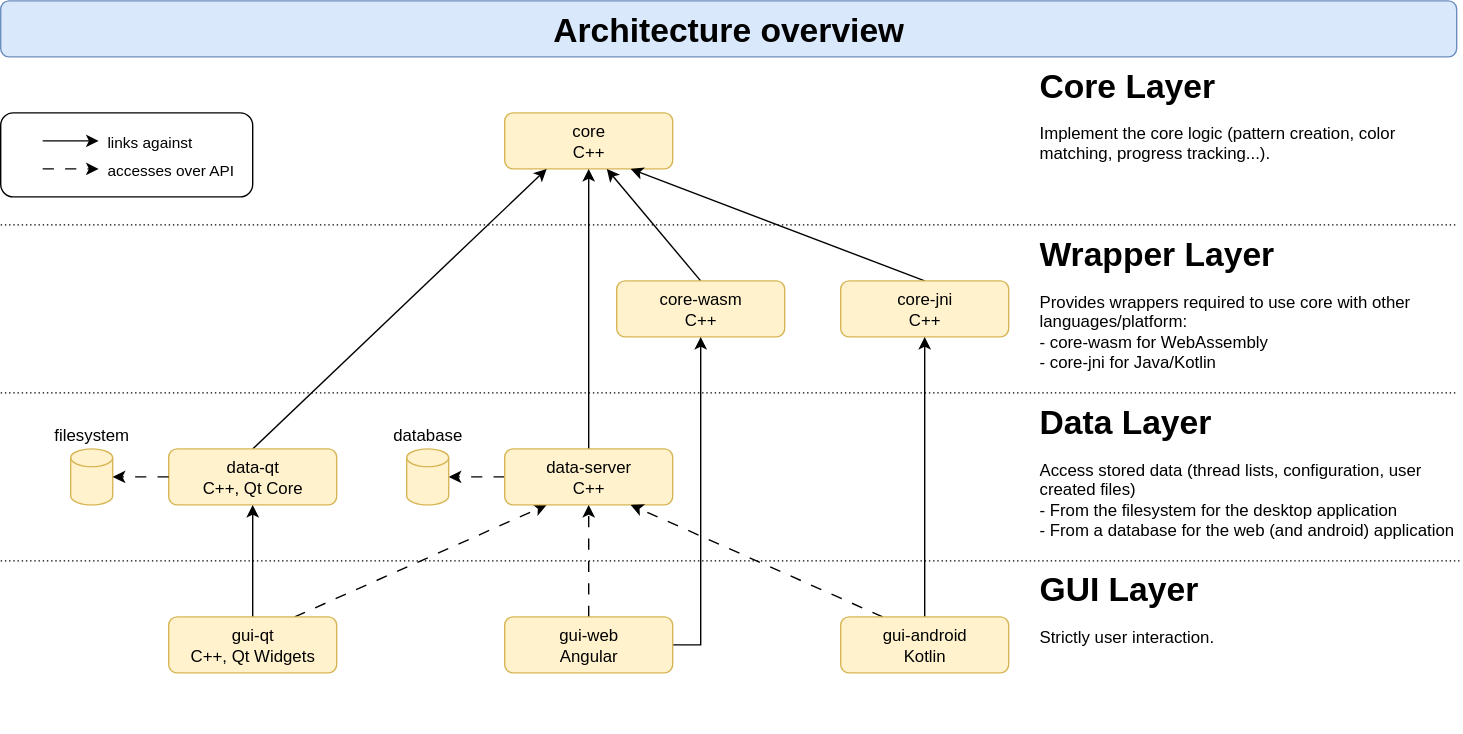
The draw.io diagram doc/architecture-overview.svg in polletfa/Kreuzstich, before a commit. Source tidied: cells renumbered, new cells last; positions are measured from the earlier drawing's top-left corner, leaving out a move shared by most shapes.
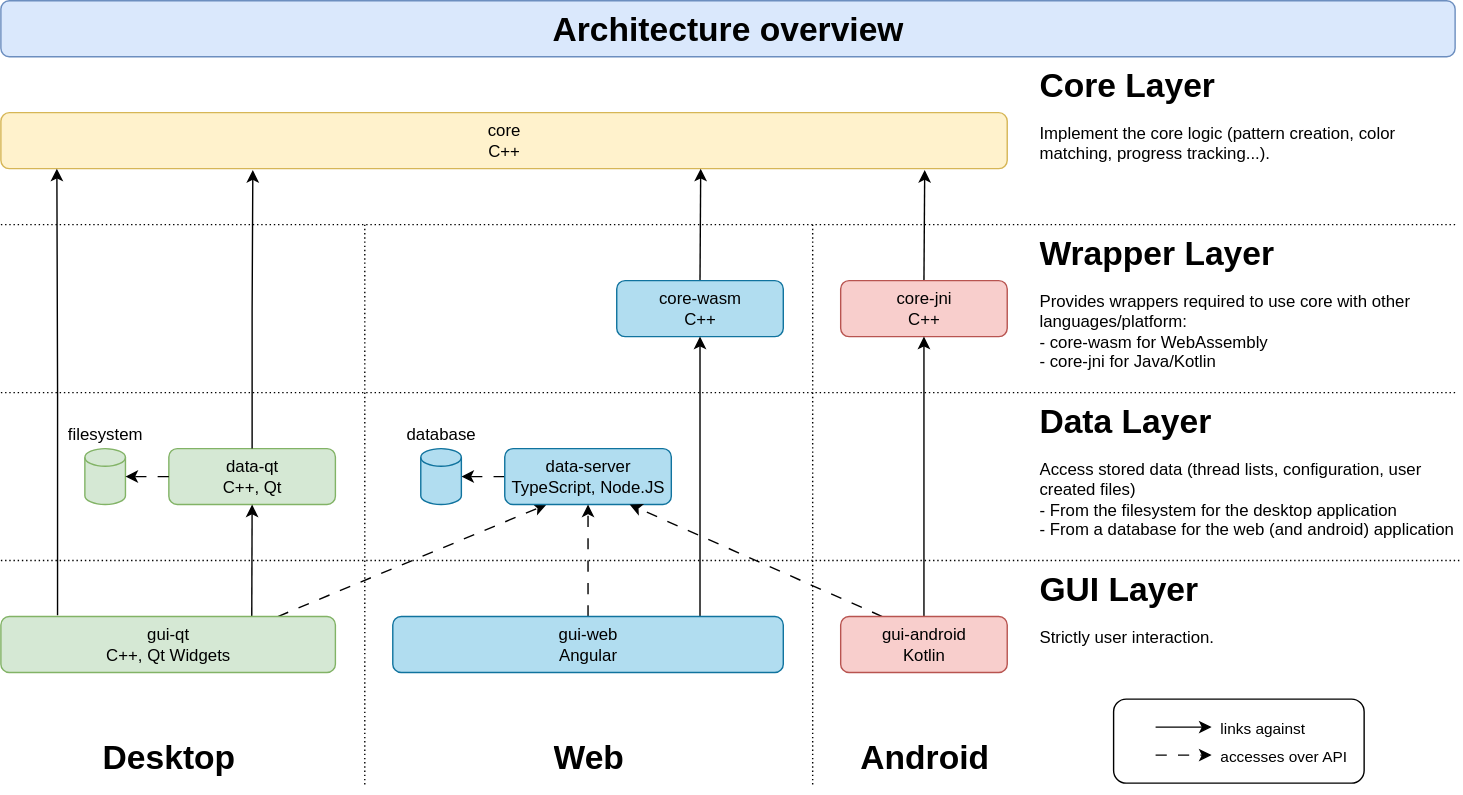
The same file after the commit.

The edit, as a diff of the source:
```diff
@@ -3,40 +3,36 @@
     <mxCell id="0" />
     <mxCell id="1" parent="0" />
     <mxCell id="2" style="rounded=1;whiteSpace=wrap;html=1;fillColor=default;" parent="1" vertex="1">
-      <mxGeometry y="80" width="180" height="60" as="geometry" />
+      <mxGeometry x="795" y="499" width="179" height="60" as="geometry" />
     </mxCell>
-    <mxCell id="3" value="core&lt;div&gt;C++&lt;/div&gt;" style="rounded=1;whiteSpace=wrap;html=1;fillColor=#fff2cc;strokeColor=#d6b656;" parent="1" vertex="1">
-      <mxGeometry x="360" y="80" width="120" height="40" as="geometry" />
+    <mxCell id="3" value="core&lt;div&gt;C++&lt;/div&gt;" style="rounded=1;whiteSpace=wrap;html=1;fillColor=#fff2cc;strokeColor=#d6b656;points=[[0,0,0,0,0],[0,0.25,0,0,0],[0,0.5,0,0,0],[0,0.75,0,0,0],[0,1,0,0,0],[0.25,0,0,0,0],[0.25,1,0,0,0],[0.5,0,0,0,0],[0.5,1,0,0,0],[0.75,0,0,0,0],[0.75,1,0,0,0],[1,0,0,0,0],[1,0.25,0,0,0],[1,0.5,0,0,0],[1,0.75,0,0,0],[1,1,0,0,0]];" parent="1" vertex="1">
+      <mxGeometry y="80" width="719" height="40" as="geometry" />
     </mxCell>
-    <mxCell id="4" style="edgeStyle=none;rounded=0;jettySize=auto;html=1;exitX=0.5;exitY=0;exitDx=0;exitDy=0;entryX=0.25;entryY=1;entryDx=0;entryDy=0;" parent="1" edge="1" source="5" target="3">
-      <mxGeometry relative="1" as="geometry" />
-    </mxCell>
-    <mxCell id="5" value="data-qt&lt;div&gt;C++, Qt Core&lt;/div&gt;" style="rounded=1;whiteSpace=wrap;html=1;fillColor=#fff2cc;strokeColor=#d6b656;" parent="1" vertex="1">
-      <mxGeometry x="120" y="320" width="120" height="40" as="geometry" />
+    <mxCell id="5" value="data-qt&lt;div&gt;C++, Qt&lt;/div&gt;" style="rounded=1;whiteSpace=wrap;html=1;fillColor=#d5e8d4;strokeColor=#82b366;" parent="1" vertex="1">
+      <mxGeometry x="120" y="320" width="119" height="40" as="geometry" />
     </mxCell>
-    <mxCell id="6" style="edgeStyle=none;rounded=0;jettySize=auto;html=1;exitX=0.5;exitY=0;exitDx=0;exitDy=0;entryX=0.5;entryY=1;entryDx=0;entryDy=0;" parent="1" edge="1" source="8" target="5">
+    <mxCell id="6" style="edgeStyle=none;rounded=0;jettySize=auto;html=1;entryX=0.5;entryY=1;entryDx=0;entryDy=0;exitX=0.75;exitY=0;exitDx=0;exitDy=0;" parent="1" edge="1" source="8" target="5">
       <mxGeometry relative="1" as="geometry" />
     </mxCell>
-    <mxCell id="7" style="edgeStyle=none;rounded=0;jettySize=auto;html=1;exitX=0.75;exitY=0;exitDx=0;exitDy=0;entryX=0.25;entryY=1;entryDx=0;entryDy=0;dashed=1;dashPattern=8 8;" parent="1" edge="1" source="8" target="13">
+    <mxCell id="7" style="edgeStyle=none;rounded=0;jettySize=auto;html=1;exitX=0.828;exitY=0;exitDx=0;exitDy=0;entryX=0.25;entryY=1;entryDx=0;entryDy=0;dashed=1;dashPattern=8 8;exitPerimeter=0;" parent="1" edge="1" source="8" target="13">
       <mxGeometry relative="1" as="geometry" />
     </mxCell>
-    <mxCell id="8" value="gui-qt&lt;div&gt;C++, Qt Widgets&lt;/div&gt;" style="rounded=1;whiteSpace=wrap;html=1;fillColor=#fff2cc;strokeColor=#d6b656;" parent="1" vertex="1">
-      <mxGeometry x="120" y="440" width="120" height="40" as="geometry" />
+    <mxCell id="8" value="gui-qt&lt;div&gt;C++, Qt Widgets&lt;/div&gt;" style="rounded=1;whiteSpace=wrap;html=1;fillColor=#d5e8d4;strokeColor=#82b366;" parent="1" vertex="1">
+      <mxGeometry y="440" width="239" height="40" as="geometry" />
     </mxCell>
-    <mxCell id="9" style="rounded=0;jettySize=auto;html=1;exitX=0.5;exitY=0;exitDx=0;exitDy=0;entryX=0.608;entryY=1;entryDx=0;entryDy=0;entryPerimeter=0;" parent="1" edge="1" source="10" target="3">
-      <mxGeometry relative="1" as="geometry" />
+    <mxCell id="9" style="rounded=0;jettySize=auto;html=1;exitX=0.5;exitY=0;exitDx=0;exitDy=0;" parent="1" edge="1" source="10">
+      <mxGeometry relative="1" as="geometry">
+        <mxPoint x="500" y="120" as="targetPoint" />
+      </mxGeometry>
     </mxCell>
-    <mxCell id="10" value="core-wasm&lt;div&gt;C++&lt;/div&gt;" style="rounded=1;whiteSpace=wrap;html=1;fillColor=#fff2cc;strokeColor=#d6b656;" parent="1" vertex="1">
-      <mxGeometry x="440" y="200" width="120" height="40" as="geometry" />
+    <mxCell id="10" value="core-wasm&lt;div&gt;C++&lt;/div&gt;" style="rounded=1;whiteSpace=wrap;html=1;fillColor=#b1ddf0;strokeColor=#10739e;" parent="1" vertex="1">
+      <mxGeometry x="440" y="200" width="119" height="40" as="geometry" />
     </mxCell>
-    <mxCell id="11" style="edgeStyle=none;rounded=0;jettySize=auto;html=1;exitX=0.5;exitY=0;exitDx=0;exitDy=0;entryX=0.5;entryY=1;entryDx=0;entryDy=0;" parent="1" edge="1" source="13" target="3">
-      <mxGeometry x="0.3" relative="1" as="geometry" />
-    </mxCell>
     <mxCell id="12" style="edgeStyle=none;rounded=0;jettySize=auto;html=1;exitX=0;exitY=0.5;exitDx=0;exitDy=0;dashed=1;dashPattern=8 8;" parent="1" edge="1" source="13" target="23">
       <mxGeometry x="0.2" y="10" relative="1" as="geometry" />
     </mxCell>
-    <mxCell id="13" value="data-server&lt;div&gt;C++&lt;/div&gt;" style="rounded=1;whiteSpace=wrap;html=1;fillColor=#fff2cc;strokeColor=#d6b656;" parent="1" vertex="1">
-      <mxGeometry x="360" y="320" width="120" height="40" as="geometry" />
+    <mxCell id="13" value="data-server&lt;div&gt;TypeScript, Node.JS&lt;/div&gt;" style="rounded=1;whiteSpace=wrap;html=1;fillColor=#b1ddf0;strokeColor=#10739e;" parent="1" vertex="1">
+      <mxGeometry x="360" y="320" width="119" height="40" as="geometry" />
     </mxCell>
     <mxCell id="14" style="edgeStyle=orthogonalEdgeStyle;rounded=0;jettySize=auto;html=1;exitX=1;exitY=0.5;exitDx=0;exitDy=0;entryX=0.5;entryY=1;entryDx=0;entryDy=0;" parent="1" edge="1" source="16" target="10">
       <mxGeometry x="0.58" relative="1" as="geometry">
@@ -48,14 +44,14 @@
     <mxCell id="15" style="edgeStyle=none;rounded=0;jettySize=auto;html=1;exitX=0.5;exitY=0;exitDx=0;exitDy=0;entryX=0.5;entryY=1;entryDx=0;entryDy=0;dashed=1;dashPattern=8 8;" parent="1" edge="1" source="16" target="13">
       <mxGeometry relative="1" as="geometry" />
     </mxCell>
-    <mxCell id="16" value="gui-web&lt;div&gt;Angular&lt;/div&gt;" style="rounded=1;whiteSpace=wrap;html=1;fillColor=#fff2cc;strokeColor=#d6b656;" parent="1" vertex="1">
-      <mxGeometry x="360" y="440" width="120" height="40" as="geometry" />
+    <mxCell id="16" value="&lt;div&gt;gui-web&lt;div&gt;Angular&lt;/div&gt;&lt;/div&gt;" style="rounded=1;whiteSpace=wrap;html=1;fillColor=#b1ddf0;strokeColor=#10739e;" parent="1" vertex="1">
+      <mxGeometry x="280" y="440" width="279" height="40" as="geometry" />
     </mxCell>
-    <mxCell id="17" style="edgeStyle=none;rounded=0;jettySize=auto;html=1;exitX=0.5;exitY=0;exitDx=0;exitDy=0;entryX=0.75;entryY=1;entryDx=0;entryDy=0;" parent="1" edge="1" source="18" target="3">
+    <mxCell id="17" style="edgeStyle=none;rounded=0;jettySize=auto;html=1;exitX=0.5;exitY=0;exitDx=0;exitDy=0;entryX=0.918;entryY=1.025;entryDx=0;entryDy=0;entryPerimeter=0;" parent="1" edge="1" source="18" target="3">
       <mxGeometry relative="1" as="geometry" />
     </mxCell>
-    <mxCell id="18" value="core-jni&lt;div&gt;C++&lt;/div&gt;" style="rounded=1;whiteSpace=wrap;html=1;fillColor=#fff2cc;strokeColor=#d6b656;" parent="1" vertex="1">
-      <mxGeometry x="600" y="200" width="120" height="40" as="geometry" />
+    <mxCell id="18" value="core-jni&lt;div&gt;C++&lt;/div&gt;" style="rounded=1;whiteSpace=wrap;html=1;fillColor=#f8cecc;strokeColor=#b85450;" parent="1" vertex="1">
+      <mxGeometry x="600" y="200" width="119" height="40" as="geometry" />
     </mxCell>
     <mxCell id="19" style="edgeStyle=none;rounded=0;jettySize=auto;html=1;exitX=0.5;exitY=0;exitDx=0;exitDy=0;entryX=0.5;entryY=1;entryDx=0;entryDy=0;" parent="1" edge="1" source="21" target="18">
       <mxGeometry relative="1" as="geometry" />
@@ -63,22 +59,22 @@
     <mxCell id="20" style="edgeStyle=none;rounded=0;jettySize=auto;html=1;exitX=0.25;exitY=0;exitDx=0;exitDy=0;entryX=0.75;entryY=1;entryDx=0;entryDy=0;dashed=1;dashPattern=8 8;" parent="1" edge="1" source="21" target="13">
       <mxGeometry relative="1" as="geometry" />
     </mxCell>
-    <mxCell id="21" value="gui-android&lt;div&gt;Kotlin&lt;/div&gt;" style="rounded=1;whiteSpace=wrap;html=1;fillColor=#fff2cc;strokeColor=#d6b656;" parent="1" vertex="1">
-      <mxGeometry x="600" y="440" width="120" height="40" as="geometry" />
+    <mxCell id="21" value="&lt;div&gt;gui-android&lt;div&gt;Kotlin&lt;/div&gt;&lt;/div&gt;" style="rounded=1;whiteSpace=wrap;html=1;fillColor=#f8cecc;strokeColor=#b85450;" parent="1" vertex="1">
+      <mxGeometry x="600" y="440" width="119" height="40" as="geometry" />
     </mxCell>
-    <mxCell id="22" value="&lt;div&gt;&lt;span style=&quot;background-color: transparent; color: light-dark(rgb(0, 0, 0), rgb(255, 255, 255));&quot;&gt;filesystem&lt;/span&gt;&lt;/div&gt;&lt;div&gt;&lt;span style=&quot;background-color: transparent; color: light-dark(rgb(0, 0, 0), rgb(255, 255, 255));&quot;&gt;&lt;br&gt;&lt;/span&gt;&lt;/div&gt;&lt;div&gt;&lt;span style=&quot;background-color: transparent; color: light-dark(rgb(0, 0, 0), rgb(255, 255, 255));&quot;&gt;&lt;br&gt;&lt;/span&gt;&lt;/div&gt;&lt;div&gt;&lt;span style=&quot;background-color: transparent; color: light-dark(rgb(0, 0, 0), rgb(255, 255, 255));&quot;&gt;&lt;br&gt;&lt;/span&gt;&lt;/div&gt;&lt;div&gt;&lt;span style=&quot;background-color: transparent; color: light-dark(rgb(0, 0, 0), rgb(255, 255, 255));&quot;&gt;&lt;br&gt;&lt;/span&gt;&lt;/div&gt;&lt;div&gt;&lt;span style=&quot;background-color: transparent; color: light-dark(rgb(0, 0, 0), rgb(255, 255, 255));&quot;&gt;&lt;br&gt;&lt;/span&gt;&lt;/div&gt;" style="shape=cylinder3;whiteSpace=wrap;html=1;boundedLbl=1;backgroundOutline=1;size=6.333333333333343;fillColor=#fff2cc;strokeColor=#d6b656;" parent="1" vertex="1">
-      <mxGeometry x="50" y="320" width="30" height="40" as="geometry" />
+    <mxCell id="22" value="&lt;div&gt;&lt;span style=&quot;background-color: transparent; color: light-dark(rgb(0, 0, 0), rgb(255, 255, 255));&quot;&gt;filesystem&lt;/span&gt;&lt;/div&gt;&lt;div&gt;&lt;span style=&quot;background-color: transparent; color: light-dark(rgb(0, 0, 0), rgb(255, 255, 255));&quot;&gt;&lt;br&gt;&lt;/span&gt;&lt;/div&gt;&lt;div&gt;&lt;span style=&quot;background-color: transparent; color: light-dark(rgb(0, 0, 0), rgb(255, 255, 255));&quot;&gt;&lt;br&gt;&lt;/span&gt;&lt;/div&gt;&lt;div&gt;&lt;span style=&quot;background-color: transparent; color: light-dark(rgb(0, 0, 0), rgb(255, 255, 255));&quot;&gt;&lt;br&gt;&lt;/span&gt;&lt;/div&gt;&lt;div&gt;&lt;span style=&quot;background-color: transparent; color: light-dark(rgb(0, 0, 0), rgb(255, 255, 255));&quot;&gt;&lt;br&gt;&lt;/span&gt;&lt;/div&gt;&lt;div&gt;&lt;span style=&quot;background-color: transparent; color: light-dark(rgb(0, 0, 0), rgb(255, 255, 255));&quot;&gt;&lt;br&gt;&lt;/span&gt;&lt;/div&gt;" style="shape=cylinder3;whiteSpace=wrap;html=1;boundedLbl=1;backgroundOutline=1;size=6.333333333333343;fillColor=#d5e8d4;strokeColor=#82b366;" parent="1" vertex="1">
+      <mxGeometry x="60" y="320" width="29" height="40" as="geometry" />
     </mxCell>
-    <mxCell id="23" value="&lt;div&gt;&lt;span style=&quot;background-color: transparent; color: light-dark(rgb(0, 0, 0), rgb(255, 255, 255));&quot;&gt;database&lt;/span&gt;&lt;/div&gt;&lt;div&gt;&lt;span style=&quot;background-color: transparent; color: light-dark(rgb(0, 0, 0), rgb(255, 255, 255));&quot;&gt;&lt;br&gt;&lt;/span&gt;&lt;/div&gt;&lt;div&gt;&lt;span style=&quot;background-color: transparent; color: light-dark(rgb(0, 0, 0), rgb(255, 255, 255));&quot;&gt;&lt;br&gt;&lt;/span&gt;&lt;/div&gt;&lt;div&gt;&lt;span style=&quot;background-color: transparent; color: light-dark(rgb(0, 0, 0), rgb(255, 255, 255));&quot;&gt;&lt;br&gt;&lt;/span&gt;&lt;/div&gt;&lt;div&gt;&lt;span style=&quot;background-color: transparent; color: light-dark(rgb(0, 0, 0), rgb(255, 255, 255));&quot;&gt;&lt;br&gt;&lt;/span&gt;&lt;/div&gt;&lt;div&gt;&lt;span style=&quot;background-color: transparent; color: light-dark(rgb(0, 0, 0), rgb(255, 255, 255));&quot;&gt;&lt;br&gt;&lt;/span&gt;&lt;/div&gt;" style="shape=cylinder3;whiteSpace=wrap;html=1;boundedLbl=1;backgroundOutline=1;size=6.333333333333343;fillColor=#fff2cc;strokeColor=#d6b656;" parent="1" vertex="1">
-      <mxGeometry x="290" y="320" width="30" height="40" as="geometry" />
+    <mxCell id="23" value="&lt;div&gt;&lt;span style=&quot;background-color: transparent; color: light-dark(rgb(0, 0, 0), rgb(255, 255, 255));&quot;&gt;database&lt;/span&gt;&lt;/div&gt;&lt;div&gt;&lt;span style=&quot;background-color: transparent; color: light-dark(rgb(0, 0, 0), rgb(255, 255, 255));&quot;&gt;&lt;br&gt;&lt;/span&gt;&lt;/div&gt;&lt;div&gt;&lt;span style=&quot;background-color: transparent; color: light-dark(rgb(0, 0, 0), rgb(255, 255, 255));&quot;&gt;&lt;br&gt;&lt;/span&gt;&lt;/div&gt;&lt;div&gt;&lt;span style=&quot;background-color: transparent; color: light-dark(rgb(0, 0, 0), rgb(255, 255, 255));&quot;&gt;&lt;br&gt;&lt;/span&gt;&lt;/div&gt;&lt;div&gt;&lt;span style=&quot;background-color: transparent; color: light-dark(rgb(0, 0, 0), rgb(255, 255, 255));&quot;&gt;&lt;br&gt;&lt;/span&gt;&lt;/div&gt;&lt;div&gt;&lt;span style=&quot;background-color: transparent; color: light-dark(rgb(0, 0, 0), rgb(255, 255, 255));&quot;&gt;&lt;br&gt;&lt;/span&gt;&lt;/div&gt;" style="shape=cylinder3;whiteSpace=wrap;html=1;boundedLbl=1;backgroundOutline=1;size=6.333333333333343;fillColor=#b1ddf0;strokeColor=#10739e;" parent="1" vertex="1">
+      <mxGeometry x="300" y="320" width="29" height="40" as="geometry" />
     </mxCell>
     <mxCell id="24" style="edgeStyle=none;rounded=0;jettySize=auto;html=1;exitX=0;exitY=0.5;exitDx=0;exitDy=0;entryX=1;entryY=0.5;entryDx=0;entryDy=0;entryPerimeter=0;dashed=1;dashPattern=8 8;" parent="1" edge="1" source="5" target="22">
       <mxGeometry relative="1" as="geometry" />
     </mxCell>
     <mxCell id="25" style="edgeStyle=none;rounded=0;orthogonalLoop=1;jettySize=auto;html=1;exitX=0.5;exitY=0;exitDx=0;exitDy=0;" parent="1" edge="1">
       <mxGeometry relative="1" as="geometry">
-        <mxPoint x="30" y="100" as="sourcePoint" />
-        <mxPoint x="70" y="100" as="targetPoint" />
+        <mxPoint x="825" y="519" as="sourcePoint" />
+        <mxPoint x="865" y="519" as="targetPoint" />
       </mxGeometry>
     </mxCell>
     <mxCell id="26" value="links against" style="edgeLabel;html=1;align=center;verticalAlign=middle;" parent="25" vertex="1">
@@ -88,8 +84,8 @@
     </mxCell>
     <mxCell id="27" style="edgeStyle=none;rounded=0;orthogonalLoop=1;jettySize=auto;html=1;exitX=0.5;exitY=0;exitDx=0;exitDy=0;dashed=1;dashPattern=8 8;" parent="1" edge="1">
       <mxGeometry relative="1" as="geometry">
-        <mxPoint x="30" y="120" as="sourcePoint" />
-        <mxPoint x="70" y="120" as="targetPoint" />
+        <mxPoint x="825" y="539" as="sourcePoint" />
+        <mxPoint x="865" y="539" as="targetPoint" />
       </mxGeometry>
     </mxCell>
     <mxCell id="28" value="accesses over API" style="edgeLabel;html=1;align=center;verticalAlign=middle;" parent="27" vertex="1">
@@ -116,22 +112,54 @@
       </mxGeometry>
     </mxCell>
     <mxCell id="32" value="&lt;h1 style=&quot;margin-top: 0px; margin-bottom: 0px;&quot;&gt;&lt;font&gt;Core Layer&lt;/font&gt;&lt;/h1&gt;&lt;p&gt;Implement the core logic (pattern creation, color matching, progress tracking...).&lt;/p&gt;" style="text;html=1;whiteSpace=wrap;overflow=hidden;rounded=0;" parent="1" vertex="1">
-      <mxGeometry x="740" y="40" width="300" height="120" as="geometry" />
+      <mxGeometry x="740" y="40" width="299" height="120" as="geometry" />
     </mxCell>
     <mxCell id="33" value="&lt;h1 style=&quot;margin-top: 0px; margin-bottom: 0px;&quot;&gt;&lt;font&gt;Wrapper Layer&lt;/font&gt;&lt;/h1&gt;&lt;p&gt;Provides wrappers required to use core with other languages/platform:&lt;br&gt;- core-wasm for WebAssembly&lt;br&gt;- core-jni for Java/Kotlin&lt;/p&gt;" style="text;html=1;whiteSpace=wrap;overflow=hidden;rounded=0;" parent="1" vertex="1">
-      <mxGeometry x="740" y="160" width="300" height="120" as="geometry" />
+      <mxGeometry x="740" y="160" width="299" height="120" as="geometry" />
     </mxCell>
     <mxCell id="34" value="&lt;h1 style=&quot;margin-top: 0px; margin-bottom: 0px;&quot;&gt;&lt;font&gt;Data Layer&lt;/font&gt;&lt;/h1&gt;&lt;p&gt;Access stored data (thread lists, configuration, user created files)&lt;br&gt;- From the filesystem for the desktop application&lt;br&gt;- From a database for the web (and android) application&lt;/p&gt;" style="text;html=1;whiteSpace=wrap;overflow=hidden;rounded=0;" parent="1" vertex="1">
-      <mxGeometry x="740" y="280" width="300" height="120" as="geometry" />
+      <mxGeometry x="740" y="280" width="299" height="120" as="geometry" />
     </mxCell>
     <mxCell id="35" value="&lt;h1 style=&quot;margin-top: 0px; margin-bottom: 0px;&quot;&gt;&lt;font&gt;GUI Layer&lt;/font&gt;&lt;/h1&gt;&lt;p&gt;Strictly user interaction.&lt;/p&gt;" style="text;html=1;whiteSpace=wrap;overflow=hidden;rounded=0;" parent="1" vertex="1">
-      <mxGeometry x="740" y="400" width="300" height="120" as="geometry" />
+      <mxGeometry x="740" y="400" width="299" height="120" as="geometry" />
     </mxCell>
     <mxCell id="36" value="&lt;h1 style=&quot;margin-top: 0px;&quot;&gt;Architecture overview&lt;/h1&gt;" style="text;html=1;whiteSpace=wrap;overflow=hidden;rounded=1;strokeColor=#6c8ebf;align=center;fillColor=#dae8fc;" parent="1" vertex="1">
-      <mxGeometry width="1040" height="40" as="geometry" />
+      <mxGeometry width="1039" height="40" as="geometry" />
     </mxCell>
     <mxCell id="37" style="edgeStyle=orthogonalEdgeStyle;rounded=0;orthogonalLoop=1;jettySize=auto;html=1;exitX=0.5;exitY=1;exitDx=0;exitDy=0;" parent="1" edge="1" source="2" target="2">
       <mxGeometry relative="1" as="geometry" />
     </mxCell>
+    <mxCell id="38" style="edgeStyle=orthogonalEdgeStyle;rounded=0;jettySize=auto;html=1;exitX=0.5;exitY=0;exitDx=0;exitDy=0;" parent="1" edge="1" source="5">
+      <mxGeometry relative="1" as="geometry">
+        <mxPoint x="180" y="121" as="targetPoint" />
+      </mxGeometry>
+    </mxCell>
+    <mxCell id="39" style="edgeStyle=orthogonalEdgeStyle;rounded=0;orthogonalLoop=1;jettySize=auto;html=1;entryX=0.038;entryY=1.025;entryDx=0;entryDy=0;entryPerimeter=0;exitX=0.116;exitY=0;exitDx=0;exitDy=0;exitPerimeter=0;" parent="1" edge="1">
+      <mxGeometry relative="1" as="geometry">
+        <mxPoint x="40.5" y="439" as="sourcePoint" />
+        <mxPoint x="40" y="120" as="targetPoint" />
+      </mxGeometry>
+    </mxCell>
+    <mxCell id="40" value="&lt;h1 style=&quot;margin-top: 0px;&quot;&gt;Desktop&lt;br&gt;&lt;/h1&gt;" style="text;html=1;whiteSpace=wrap;overflow=hidden;rounded=0;align=center;" parent="1" vertex="1">
+      <mxGeometry y="520" width="240" height="40" as="geometry" />
+    </mxCell>
+    <mxCell id="41" value="&lt;h1 style=&quot;margin-top: 0px;&quot;&gt;Web&lt;/h1&gt;" style="text;html=1;whiteSpace=wrap;overflow=hidden;rounded=0;align=center;" parent="1" vertex="1">
+      <mxGeometry x="280" y="520" width="280" height="40" as="geometry" />
+    </mxCell>
+    <mxCell id="42" value="&lt;h1 style=&quot;margin-top: 0px;&quot;&gt;Android&lt;/h1&gt;" style="text;html=1;whiteSpace=wrap;overflow=hidden;rounded=0;align=center;" parent="1" vertex="1">
+      <mxGeometry x="600" y="520" width="120" height="39" as="geometry" />
+    </mxCell>
+    <mxCell id="43" style="endArrow=none;html=1;rounded=0;dashed=1;dashPattern=1 2;" parent="1" edge="1">
+      <mxGeometry relative="1" as="geometry">
+        <mxPoint x="260" y="160" as="sourcePoint" />
+        <mxPoint x="260" y="560" as="targetPoint" />
+      </mxGeometry>
+    </mxCell>
+    <mxCell id="44" style="endArrow=none;html=1;rounded=0;dashed=1;dashPattern=1 2;" parent="1" edge="1">
+      <mxGeometry relative="1" as="geometry">
+        <mxPoint x="580" y="160" as="sourcePoint" />
+        <mxPoint x="580" y="560" as="targetPoint" />
+      </mxGeometry>
+    </mxCell>
   </root>
 </mxGraphModel>
```
